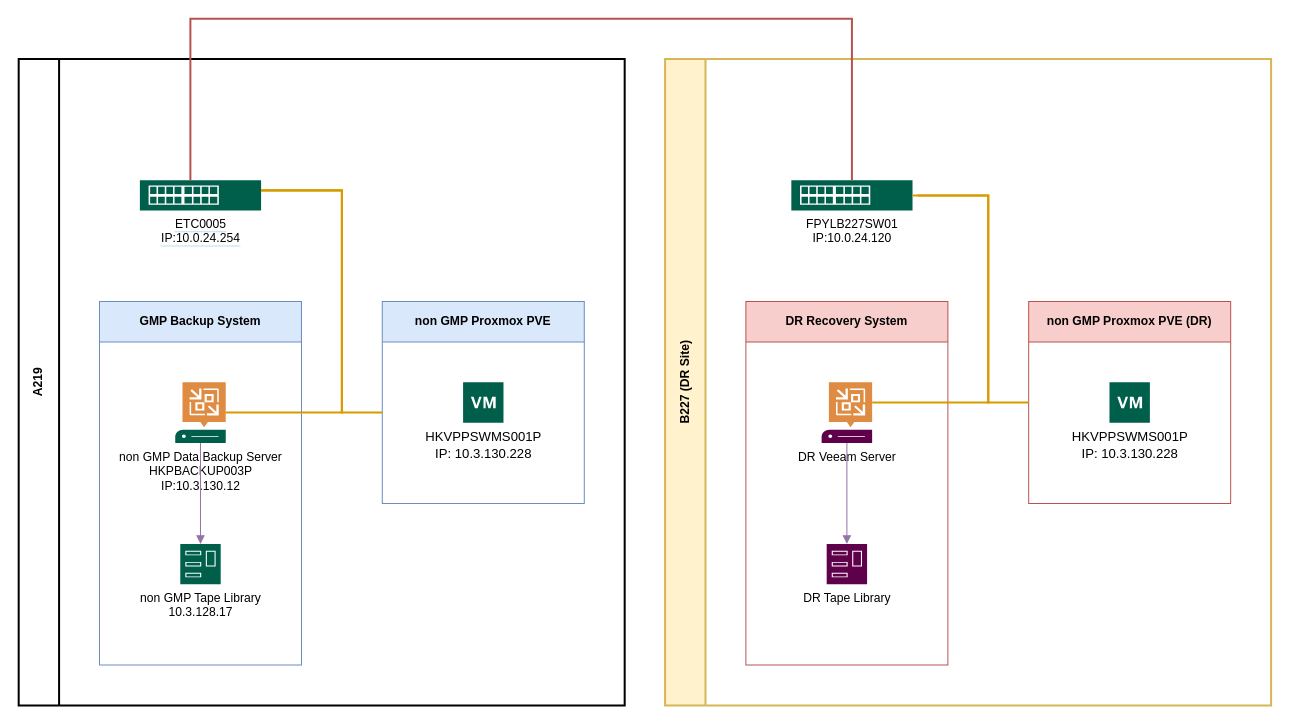
The draw.io diagram PPS Network Diagram.drawio in rwo001/FP, before the edit. Source tidied: cells renumbered, new cells numbered last; positions are measured from the earlier drawing's top-left corner, leaving out a move shared by most shapes. Both pictures are drawn from the tidied source at 101%, with x=0, y=0 at pixel (18, 18).
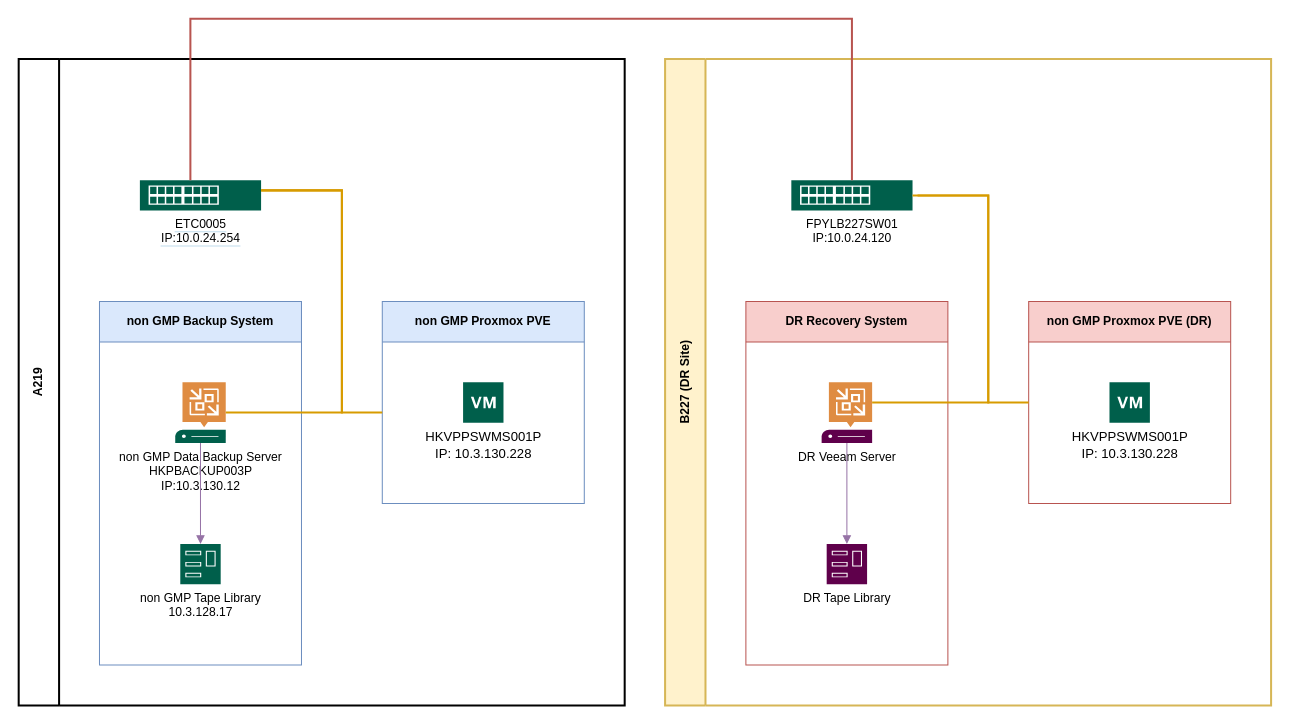
After the change.

The change refers to these unchanged cells:
```xml
<mxCell id="2" value="&lt;font style=&quot;font-size: 12px;&quot;&gt;A219&lt;/font&gt;" style="swimlane;horizontal=0;whiteSpace=wrap;html=1;strokeWidth=2;strokeColor=light-dark(#000000,#EDEDED);fontSize=8;fontFamily=Helvetica;fontStyle=1;fillColor=default;startSize=40;" parent="1" vertex="1">
  <mxGeometry y="40" width="600" height="640" as="geometry" />
</mxCell>
```

Change to the diagram source:
```diff
@@
-    <mxCell id="4" value="GMP Backup System" style="swimlane;whiteSpace=wrap;html=1;startSize=40;fillColor=#dae8fc;strokeColor=#6c8ebf;" parent="2" vertex="1">
+    <mxCell id="4" value="non GMP Backup System" style="swimlane;whiteSpace=wrap;html=1;startSize=40;fillColor=#dae8fc;strokeColor=#6c8ebf;" parent="2" vertex="1">
       <mxGeometry x="80" y="240" width="200" height="360" as="geometry" />
     </mxCell>
```
